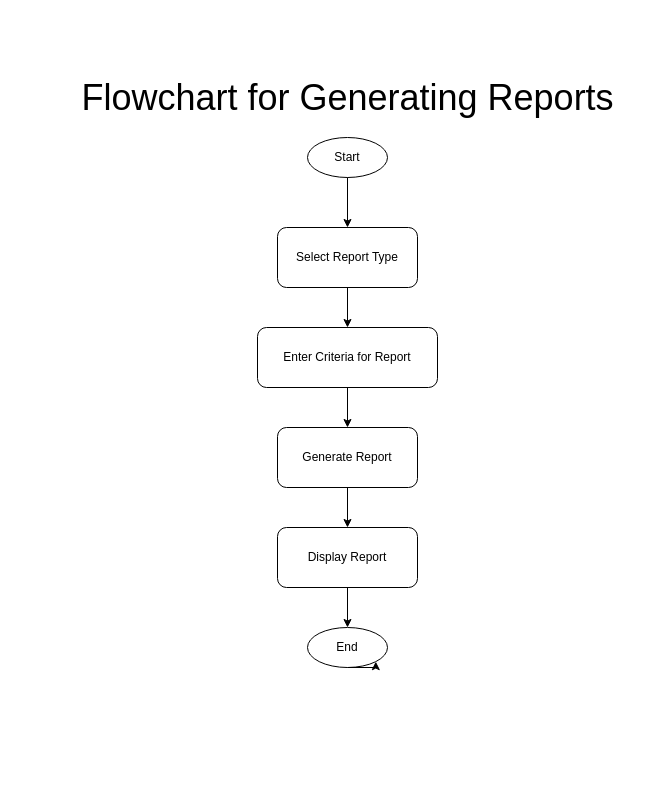
This is flowchart5.drawio from brabentil/database_diagrams, a draw.io file, before an edit. Source tidied: cells renumbered, new cells numbered last; positions are measured from the earlier drawing's top-left corner, leaving out a move shared by most shapes. Both pictures are drawn from the tidied source at 100%, with x=0, y=0 at pixel (67, 67).
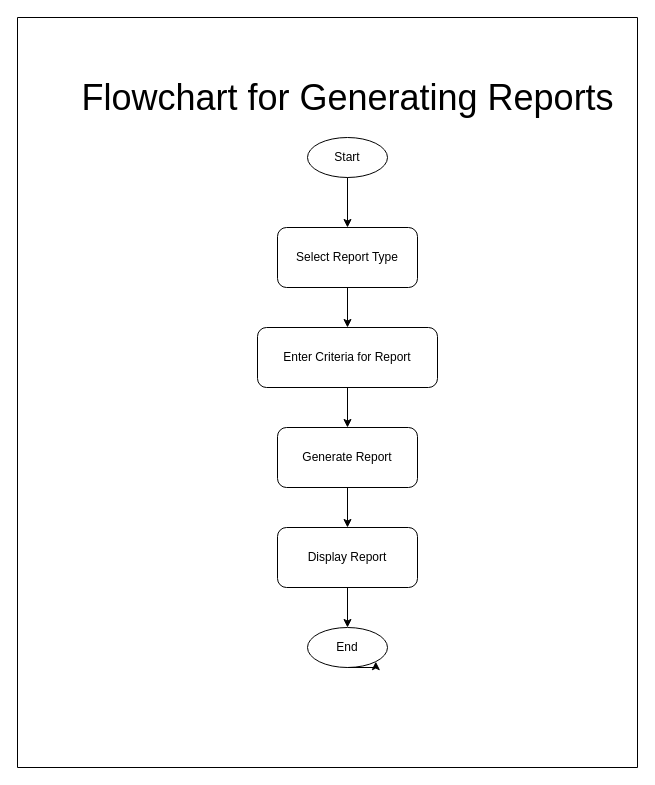
The same diagram, later.

Change to the diagram source:
```diff
@@
 <mxGraphModel>
   <root>
     <mxCell id="0" />
     <mxCell id="1" parent="0" />
     <mxCell id="2" value="Start" style="ellipse;whiteSpace=wrap;html=1;" parent="1" vertex="1">
       <mxGeometry x="240" y="70" width="80" height="40" as="geometry" />
     </mxCell>
     <mxCell id="3" value="Select Report Type" style="rounded=1;whiteSpace=wrap;html=1;" parent="1" vertex="1">
       <mxGeometry x="210" y="160" width="140" height="60" as="geometry" />
     </mxCell>
     <mxCell id="4" value="Enter Criteria for Report" style="rounded=1;whiteSpace=wrap;html=1;" parent="1" vertex="1">
       <mxGeometry x="190" y="260" width="180" height="60" as="geometry" />
     </mxCell>
     <mxCell id="5" value="Generate Report" style="rounded=1;whiteSpace=wrap;html=1;" parent="1" vertex="1">
       <mxGeometry x="210" y="360" width="140" height="60" as="geometry" />
     </mxCell>
     <mxCell id="6" value="Display Report" style="rounded=1;whiteSpace=wrap;html=1;" parent="1" vertex="1">
       <mxGeometry x="210" y="460" width="140" height="60" as="geometry" />
     </mxCell>
     <mxCell id="7" value="End" style="ellipse;whiteSpace=wrap;html=1;" parent="1" vertex="1">
       <mxGeometry x="240" y="560" width="80" height="40" as="geometry" />
     </mxCell>
     <mxCell id="8" parent="1" edge="1" source="2" target="3">
       <mxGeometry relative="1" as="geometry" />
     </mxCell>
     <mxCell id="9" parent="1" edge="1" source="3" target="4">
       <mxGeometry relative="1" as="geometry" />
     </mxCell>
     <mxCell id="10" parent="1" edge="1" source="4" target="5">
       <mxGeometry relative="1" as="geometry" />
     </mxCell>
     <mxCell id="11" parent="1" edge="1" source="5" target="6">
       <mxGeometry relative="1" as="geometry" />
     </mxCell>
     <mxCell id="12" parent="1" edge="1" source="6" target="7">
       <mxGeometry relative="1" as="geometry" />
     </mxCell>
     <mxCell id="13" style="edgeStyle=orthogonalEdgeStyle;rounded=0;orthogonalLoop=1;jettySize=auto;html=1;exitX=0.5;exitY=1;exitDx=0;exitDy=0;entryX=1;entryY=1;entryDx=0;entryDy=0;" parent="1" edge="1" source="7" target="7">
       <mxGeometry relative="1" as="geometry" />
     </mxCell>
     <mxCell id="14" value="&lt;font style=&quot;font-size: 36px;&quot;&gt;Flowchart for Generating Reports&lt;/font&gt;" style="text;html=1;align=center;verticalAlign=middle;strokeColor=none;fillColor=none;" parent="1" vertex="1">
       <mxGeometry width="560" height="60" as="geometry" />
     </mxCell>
+    <mxCell id="15" style="swimlane;startSize=0;" parent="1" vertex="1">
+      <mxGeometry x="-50" y="-50" width="620" height="750" as="geometry" />
+    </mxCell>
   </root>
 </mxGraphModel>
```
